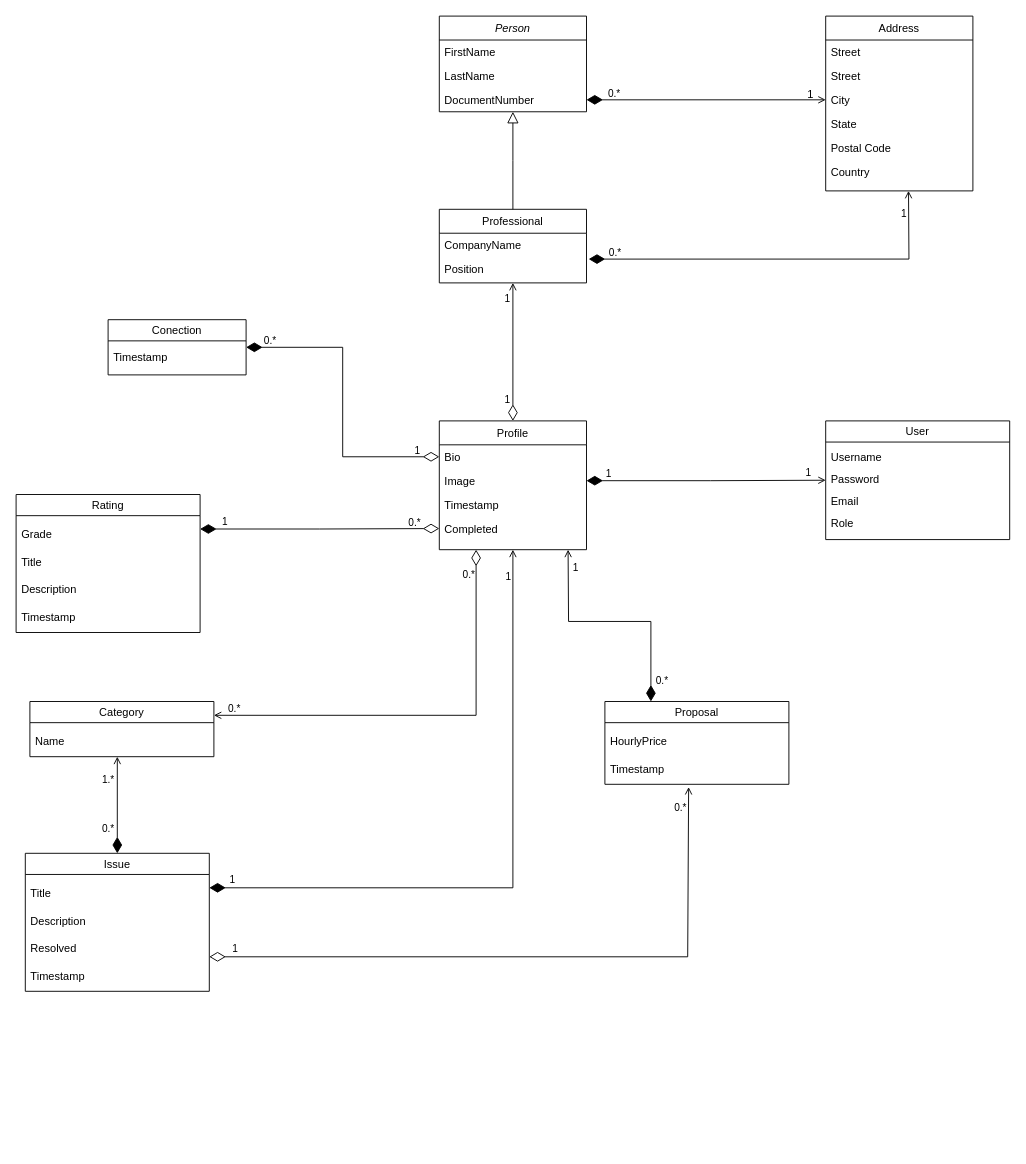
The draw.io diagram shared/Diagrams.net/Class Diagram.drawio in messiasGeovani/specialister-docs, before the edit. Source tidied: cells renumbered, new cells numbered last; positions are measured from the earlier drawing's top-left corner, leaving out a move shared by most shapes. Both pictures are drawn from the tidied source at 92%, with x=0, y=0 at pixel (16, 16).
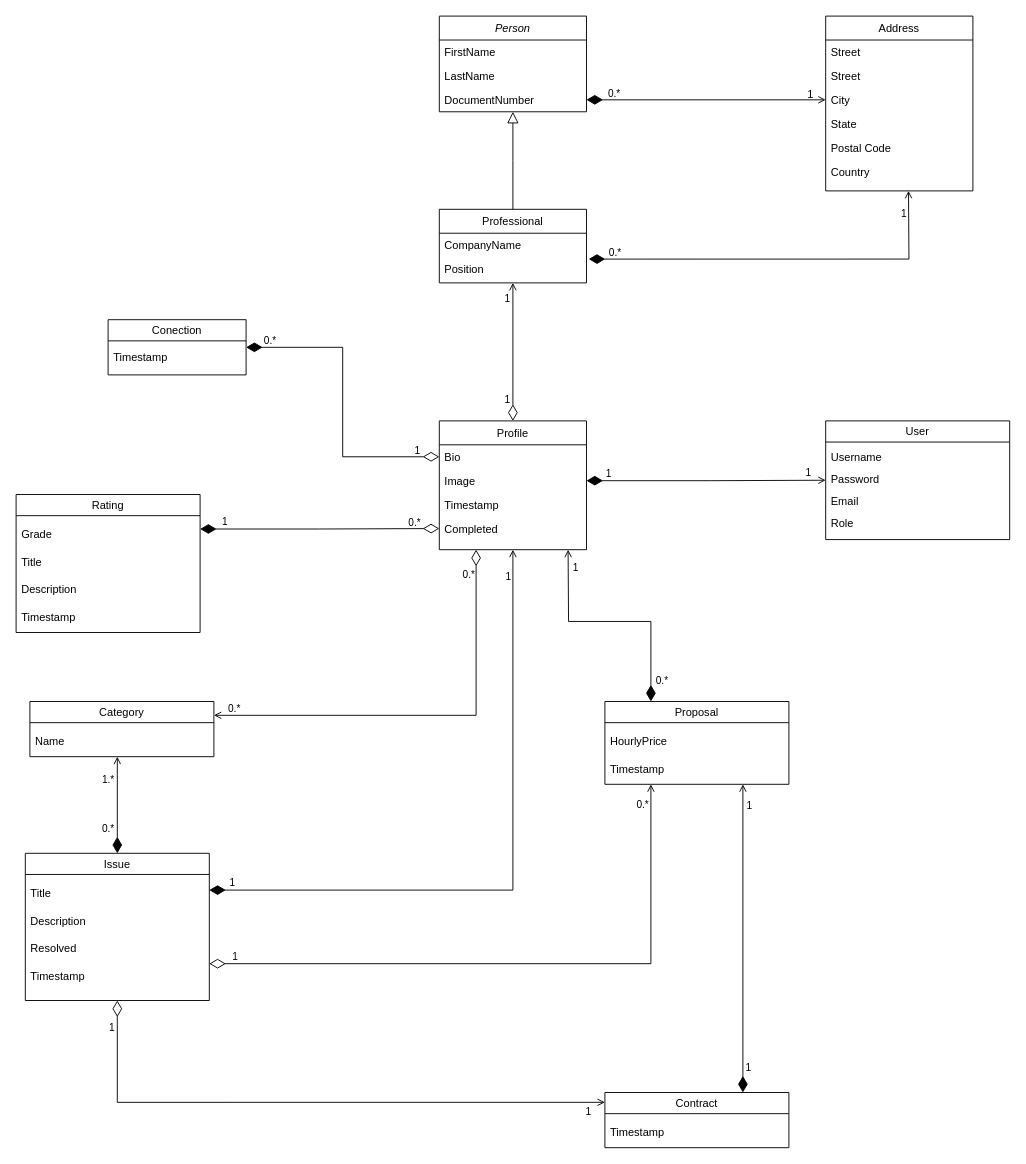
After the change.

The change refers to these unchanged cells:
```xml
<mxCell id="68" value="Timestamp" style="text;html=1;strokeColor=none;fillColor=none;align=left;verticalAlign=top;whiteSpace=wrap;rounded=0;spacingLeft=4;spacingRight=4;" parent="66" vertex="1">
  <mxGeometry y="60" width="200" height="30" as="geometry" />
</mxCell>
```

Diff of the diagram source:
```diff
@@
+    <mxCell id="77" style="edgeStyle=orthogonalEdgeStyle;rounded=0;jettySize=auto;html=1;exitX=0.5;exitY=1;exitDx=0;exitDy=0;entryX=0;entryY=0.178;entryDx=0;entryDy=0;entryPerimeter=0;endArrow=open;endFill=0;startArrow=diamondThin;startFill=0;startSize=15;" parent="1" edge="1" source="58" target="81">
+      <mxGeometry relative="1" as="geometry" />
+    </mxCell>
+    <mxCell id="78" value="1" style="edgeLabel;html=1;align=center;verticalAlign=middle;labelBackgroundColor=none;" parent="77" vertex="1">
+      <mxGeometry x="0.82" y="-2" relative="1" as="geometry">
+        <mxPoint x="39" y="8" as="offset" />
+      </mxGeometry>
+    </mxCell>
+    <mxCell id="79" value="1" style="edgeLabel;html=1;align=center;verticalAlign=middle;labelBackgroundColor=none;" parent="77" vertex="1">
+      <mxGeometry x="-0.91" y="1" relative="1" as="geometry">
+        <mxPoint x="-8" as="offset" />
+      </mxGeometry>
+    </mxCell>
-    <mxCell id="55" style="edgeStyle=orthogonalEdgeStyle;rounded=0;jettySize=auto;html=1;exitX=1;exitY=0.75;exitDx=0;exitDy=0;endArrow=open;endFill=0;startArrow=diamondThin;startFill=0;startSize=15;entryX=0.455;entryY=1.1;entryDx=0;entryDy=0;entryPerimeter=0;" parent="1" edge="1" source="58" target="68">
-      <mxGeometry relative="1" as="geometry">
-        <Array as="points">
-          <mxPoint x="730" y="1023" />
-        </Array>
-      </mxGeometry>
+    <mxCell id="55" style="edgeStyle=orthogonalEdgeStyle;rounded=0;jettySize=auto;html=1;exitX=1;exitY=0.75;exitDx=0;exitDy=0;entryX=0.25;entryY=1;entryDx=0;entryDy=0;endArrow=open;endFill=0;startArrow=diamondThin;startFill=0;startSize=15;" parent="1" edge="1" source="58" target="68">
+      <mxGeometry relative="1" as="geometry" />
     </mxCell>
-    <mxCell id="56" value="1" style="edgeLabel;html=1;align=center;verticalAlign=middle;labelBackgroundColor=none;" parent="55" vertex="1">
-      <mxGeometry x="-0.84" y="-1" relative="1" as="geometry">
-        <mxPoint x="-29" y="-10" as="offset" />
-      </mxGeometry>
-    </mxCell>
     <mxCell id="57" value="0.*" style="edgeLabel;html=1;align=center;verticalAlign=middle;labelBackgroundColor=none;" parent="55" vertex="1">
-      <mxGeometry x="0.73" y="-2" relative="1" as="geometry">
-        <mxPoint x="-11" y="-73" as="offset" />
+      <mxGeometry x="0.92" y="-1" relative="1" as="geometry">
+        <mxPoint x="-11" y="-6" as="offset" />
       </mxGeometry>
     </mxCell>
+    <mxCell id="80" value="1" style="edgeLabel;align=center;verticalAlign=middle;labelBackgroundColor=none;" parent="55" vertex="1">
+      <mxGeometry x="-0.85" y="-1" relative="1" as="geometry">
+        <mxPoint x="-23" y="-10" as="offset" />
+      </mxGeometry>
+    </mxCell>
     <mxCell id="58" value="&lt;span style=&quot;font-weight: normal;&quot;&gt;Issue&lt;/span&gt;" style="swimlane;whiteSpace=wrap;html=1;" parent="1" vertex="1">
-      <mxGeometry x="10" y="910" width="200" height="150" as="geometry" />
+      <mxGeometry x="10" y="910" width="200" height="160" as="geometry" />
     </mxCell>
@@
+    <mxCell id="81" value="&lt;span style=&quot;font-weight: normal;&quot;&gt;Contract&lt;/span&gt;" style="swimlane;whiteSpace=wrap;html=1;startSize=23;" parent="1" vertex="1">
+      <mxGeometry x="640" y="1170" width="200" height="60" as="geometry" />
+    </mxCell>
+    <mxCell id="82" value="Timestamp" style="text;html=1;strokeColor=none;fillColor=none;align=left;verticalAlign=top;whiteSpace=wrap;rounded=0;spacingLeft=4;spacingRight=4;" parent="81" vertex="1">
+      <mxGeometry y="30" width="200" height="30" as="geometry" />
+    </mxCell>
+    <mxCell id="83" style="edgeStyle=orthogonalEdgeStyle;rounded=0;jettySize=auto;html=1;exitX=0.75;exitY=1;exitDx=0;exitDy=0;entryX=0.75;entryY=0;entryDx=0;entryDy=0;endArrow=diamondThin;endFill=1;startArrow=open;startFill=0;endSize=15;" parent="1" edge="1" source="68" target="81">
+      <mxGeometry relative="1" as="geometry" />
+    </mxCell>
+    <mxCell id="84" value="1" style="edgeLabel;html=1;align=center;verticalAlign=middle;labelBackgroundColor=none;" parent="83" vertex="1">
+      <mxGeometry x="-0.84" y="2" relative="1" as="geometry">
+        <mxPoint x="4" y="-5" as="offset" />
+      </mxGeometry>
+    </mxCell>
+    <mxCell id="85" value="1" style="edgeLabel;html=1;align=center;verticalAlign=middle;labelBackgroundColor=none;" parent="83" vertex="1">
+      <mxGeometry x="0.77" relative="1" as="geometry">
+        <mxPoint x="5" y="11" as="offset" />
+      </mxGeometry>
+    </mxCell>
```
